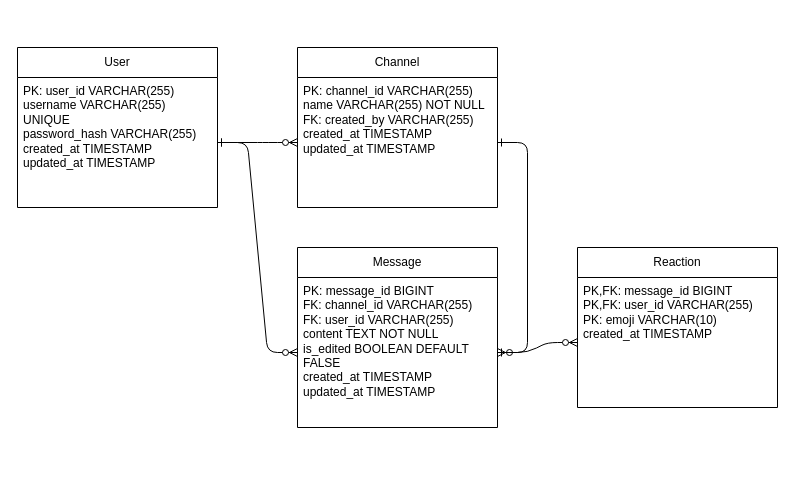
This is ER-diagram.drawio from EDEN0412/EasyChat, a draw.io file, before an edit. Source tidied: cells renumbered, new cells numbered last; positions are measured from the earlier drawing's top-left corner, leaving out a move shared by most shapes. Both pictures are drawn from the tidied source at 100%, with x=0, y=0 at pixel (17, 47).
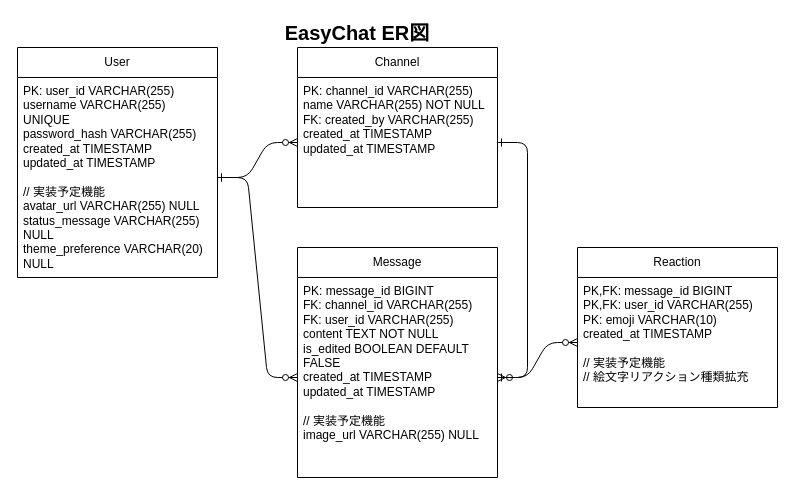
The same diagram, later.

Commit message (it also covers changes not shown here):
ER図を更新し、将来の機能拡張を反映

- Userテーブルに avatar_url, status_message, theme_preference を追加
- Messageテーブルに image_url を追加
- Reactionテーブルに絵文字リアクション拡充のコメントを追加
- ER図のタイトルを「EasyChat ER図」に変更
- テキスト表現を日本語で詳細に更新し、リレーションシップを明確化

Diff of the diagram source:
```diff
@@
 <mxGraphModel>
   <root>
     <mxCell id="0" />
     <mxCell id="1" parent="0" />
     <mxCell id="2" value="User" style="swimlane;fontStyle=0;horizontal=1;startSize=30;whiteSpace=wrap;html=1;" parent="1" vertex="1">
-      <mxGeometry width="200" height="160" as="geometry" />
+      <mxGeometry width="200" height="230" as="geometry" />
     </mxCell>
-    <mxCell id="3" value="PK: user_id VARCHAR(255)&#10;username VARCHAR(255) UNIQUE&#10;password_hash VARCHAR(255)&#10;created_at TIMESTAMP&#10;updated_at TIMESTAMP" style="text;strokeColor=none;fillColor=none;align=left;verticalAlign=top;spacingLeft=4;spacingRight=4;overflow=hidden;points=[[0,0.5],[1,0.5]];portConstraint=eastwest;whiteSpace=wrap;html=1;" parent="2" vertex="1">
-      <mxGeometry y="30" width="200" height="130" as="geometry" />
+    <mxCell id="3" value="PK: user_id VARCHAR(255)&#10;username VARCHAR(255) UNIQUE&#10;password_hash VARCHAR(255)&#10;created_at TIMESTAMP&#10;updated_at TIMESTAMP&#10;&#10;// 実装予定機能&#10;avatar_url VARCHAR(255) NULL&#10;status_message VARCHAR(255) NULL&#10;theme_preference VARCHAR(20) NULL" style="text;strokeColor=none;fillColor=none;align=left;verticalAlign=top;spacingLeft=4;spacingRight=4;overflow=hidden;points=[[0,0.5],[1,0.5]];portConstraint=eastwest;whiteSpace=wrap;html=1;" parent="2" vertex="1">
+      <mxGeometry y="30" width="200" height="200" as="geometry" />
     </mxCell>
     <mxCell id="4" value="Channel" style="swimlane;fontStyle=0;horizontal=1;startSize=30;whiteSpace=wrap;html=1;" parent="1" vertex="1">
       <mxGeometry x="280" width="200" height="160" as="geometry" />
     </mxCell>
     <mxCell id="5" value="PK: channel_id VARCHAR(255)&#10;name VARCHAR(255) NOT NULL&#10;FK: created_by VARCHAR(255)&#10;created_at TIMESTAMP&#10;updated_at TIMESTAMP" style="text;strokeColor=none;fillColor=none;align=left;verticalAlign=top;spacingLeft=4;spacingRight=4;overflow=hidden;points=[[0,0.5],[1,0.5]];portConstraint=eastwest;whiteSpace=wrap;html=1;" parent="4" vertex="1">
       <mxGeometry y="30" width="200" height="130" as="geometry" />
     </mxCell>
     <mxCell id="6" value="Message" style="swimlane;fontStyle=0;horizontal=1;startSize=30;whiteSpace=wrap;html=1;" parent="1" vertex="1">
-      <mxGeometry x="280" y="200" width="200" height="180" as="geometry" />
+      <mxGeometry x="280" y="200" width="200" height="230" as="geometry" />
     </mxCell>
-    <mxCell id="7" value="PK: message_id BIGINT&#10;FK: channel_id VARCHAR(255)&#10;FK: user_id VARCHAR(255)&#10;content TEXT NOT NULL&#10;is_edited BOOLEAN DEFAULT FALSE&#10;created_at TIMESTAMP&#10;updated_at TIMESTAMP" style="text;strokeColor=none;fillColor=none;align=left;verticalAlign=top;spacingLeft=4;spacingRight=4;overflow=hidden;points=[[0,0.5],[1,0.5]];portConstraint=eastwest;whiteSpace=wrap;html=1;" parent="6" vertex="1">
-      <mxGeometry y="30" width="200" height="150" as="geometry" />
+    <mxCell id="7" value="PK: message_id BIGINT&#10;FK: channel_id VARCHAR(255)&#10;FK: user_id VARCHAR(255)&#10;content TEXT NOT NULL&#10;is_edited BOOLEAN DEFAULT FALSE&#10;created_at TIMESTAMP&#10;updated_at TIMESTAMP&#10;&#10;// 実装予定機能&#10;image_url VARCHAR(255) NULL" style="text;strokeColor=none;fillColor=none;align=left;verticalAlign=top;spacingLeft=4;spacingRight=4;overflow=hidden;points=[[0,0.5],[1,0.5]];portConstraint=eastwest;whiteSpace=wrap;html=1;" parent="6" vertex="1">
+      <mxGeometry y="30" width="200" height="200" as="geometry" />
     </mxCell>
     <mxCell id="8" value="Reaction" style="swimlane;fontStyle=0;horizontal=1;startSize=30;whiteSpace=wrap;html=1;" parent="1" vertex="1">
       <mxGeometry x="560" y="200" width="200" height="160" as="geometry" />
     </mxCell>
-    <mxCell id="9" value="PK,FK: message_id BIGINT&#10;PK,FK: user_id VARCHAR(255)&#10;PK: emoji VARCHAR(10)&#10;created_at TIMESTAMP" style="text;strokeColor=none;fillColor=none;align=left;verticalAlign=top;spacingLeft=4;spacingRight=4;overflow=hidden;points=[[0,0.5],[1,0.5]];portConstraint=eastwest;whiteSpace=wrap;html=1;" parent="8" vertex="1">
+    <mxCell id="9" value="PK,FK: message_id BIGINT&#10;PK,FK: user_id VARCHAR(255)&#10;PK: emoji VARCHAR(10)&#10;created_at TIMESTAMP&#10;&#10;// 実装予定機能&#10;// 絵文字リアクション種類拡充" style="text;strokeColor=none;fillColor=none;align=left;verticalAlign=top;spacingLeft=4;spacingRight=4;overflow=hidden;points=[[0,0.5],[1,0.5]];portConstraint=eastwest;whiteSpace=wrap;html=1;" parent="8" vertex="1">
       <mxGeometry y="30" width="200" height="130" as="geometry" />
     </mxCell>
     <mxCell id="10" style="edgeStyle=entityRelationEdgeStyle;fontSize=12;html=1;endArrow=ERzeroToMany;endFill=1;startArrow=ERone;startFill=0;" parent="1" edge="1" source="3" target="5">
       <mxGeometry relative="1" as="geometry" />
     </mxCell>
     <mxCell id="11" style="edgeStyle=entityRelationEdgeStyle;fontSize=12;html=1;endArrow=ERzeroToMany;endFill=1;startArrow=ERone;startFill=0;" parent="1" edge="1" source="5" target="7">
       <mxGeometry relative="1" as="geometry" />
     </mxCell>
     <mxCell id="12" style="edgeStyle=entityRelationEdgeStyle;fontSize=12;html=1;endArrow=ERzeroToMany;endFill=1;startArrow=ERone;startFill=0;" parent="1" edge="1" source="3" target="7">
       <mxGeometry relative="1" as="geometry" />
     </mxCell>
     <mxCell id="13" style="edgeStyle=entityRelationEdgeStyle;fontSize=12;html=1;endArrow=ERzeroToMany;endFill=1;startArrow=ERone;startFill=0;" parent="1" edge="1" source="7" target="9">
       <mxGeometry relative="1" as="geometry" />
     </mxCell>
+    <mxCell id="14" value="EasyChat ER図" style="text;html=1;strokeColor=none;fillColor=none;align=center;verticalAlign=middle;whiteSpace=wrap;rounded=0;fontSize=20;fontStyle=1;" parent="1" vertex="1">
+      <mxGeometry x="175" y="-30" width="330" height="30" as="geometry" />
+    </mxCell>
   </root>
 </mxGraphModel>
```
